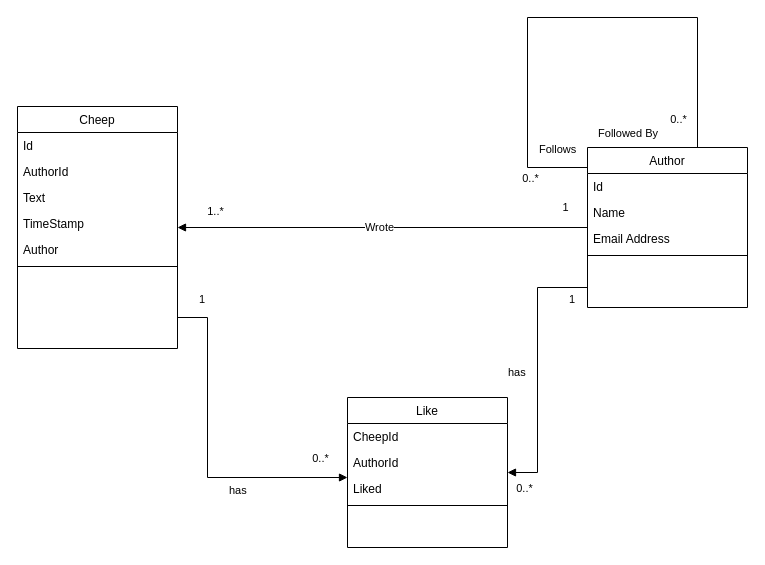
Above: docs/diagrams/ChirpDomain.drawio in ITU-BDSA23-GROUP21/Chirp (draw.io), before the change. Source tidied: cells renumbered, new cells numbered last; positions are measured from the earlier drawing's top-left corner, leaving out a move shared by most shapes. Both pictures are drawn from the tidied source at 100%, with x=0, y=0 at pixel (17, 17).
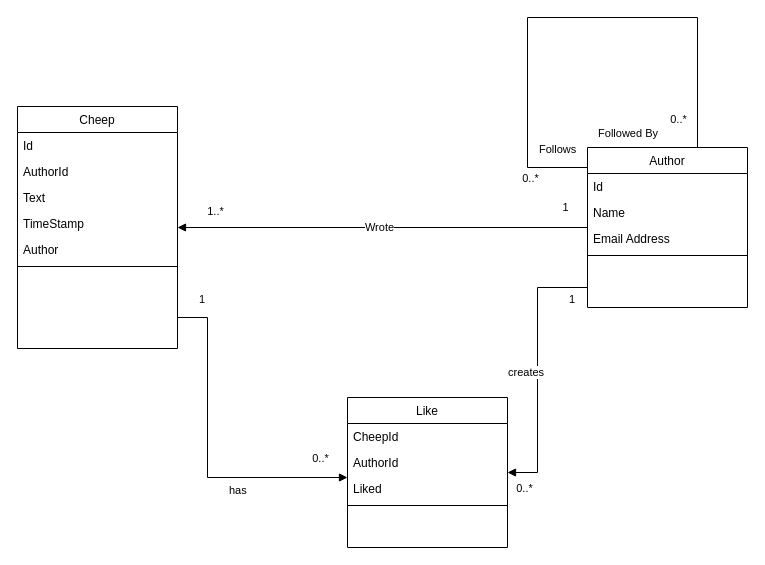
The same diagram, later.

Commit message (it also covers changes not shown here):
change to use deployment diagram

Unchanged cells that the change refers to:
```xml
<mxCell id="9" value="Like" style="swimlane;fontStyle=0;align=center;verticalAlign=top;horizontal=1;startSize=26;rounded=0;shadow=0;strokeWidth=1;" parent="1" vertex="1">
  <mxGeometry x="330" y="380" width="160" height="150" as="geometry" />
</mxCell>
<mxCell id="18" value="Author" style="swimlane;fontStyle=0;align=center;verticalAlign=top;horizontal=1;startSize=26;rounded=0;shadow=0;strokeWidth=1;" parent="1" vertex="1">
  <mxGeometry x="570" y="130" width="160" height="160" as="geometry" />
</mxCell>
```

The edit, as a diff of the source:
```diff
@@
-    <mxCell id="28" value="has" style="endArrow=block;endFill=1;html=1;edgeStyle=orthogonalEdgeStyle;align=left;verticalAlign=top;rounded=0;" parent="1" edge="1" source="18" target="9">
+    <mxCell id="28" value="creates" style="endArrow=block;endFill=1;html=1;edgeStyle=orthogonalEdgeStyle;align=left;verticalAlign=top;rounded=0;" parent="1" edge="1" source="18" target="9">
       <mxGeometry x="-0.08" y="-30" relative="1" as="geometry">
         <Array as="points">
           <mxPoint x="520" y="270" />
           <mxPoint x="520" y="455" />
         </Array>
         <mxPoint x="-1" as="offset" />
       </mxGeometry>
     </mxCell>
```
